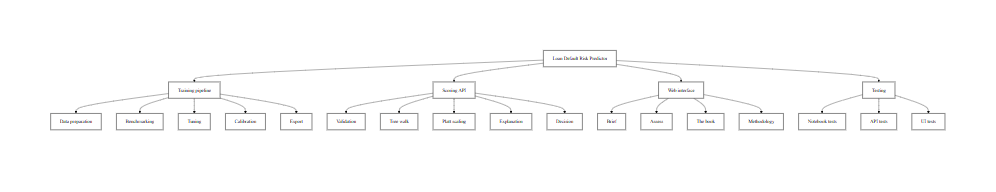
Before: report/assets/figures/fig-3-2-modules.png, a diagram exported from Mermaid (gursimrannkaurr/credoscore). Its source is kept beside it as report/diagrams/fig-3-2-modules.mmd. The source it was exported from:
```mermaid
flowchart TB
    SYS["Loan Default Risk Predictor"]

    SYS --> TRAIN["Training pipeline"]
    TRAIN --> T1["Data preparation"]
    TRAIN --> T2["Benchmarking"]
    TRAIN --> T3["Tuning"]
    TRAIN --> T4["Calibration"]
    TRAIN --> T5["Export"]

    SYS --> API["Scoring API"]
    API --> A1["Validation"]
    API --> A2["Tree walk"]
    API --> A3["Platt scaling"]
    API --> A4["Explanation"]
    API --> A5["Decision"]

    SYS --> WEB["Web interface"]
    WEB --> W1["Brief"]
    WEB --> W2["Assess"]
    WEB --> W3["The book"]
    WEB --> W4["Methodology"]

    SYS --> TEST["Testing"]
    TEST --> X1["Notebook tests"]
    TEST --> X2["API tests"]
    TEST --> X3["UI tests"]
```
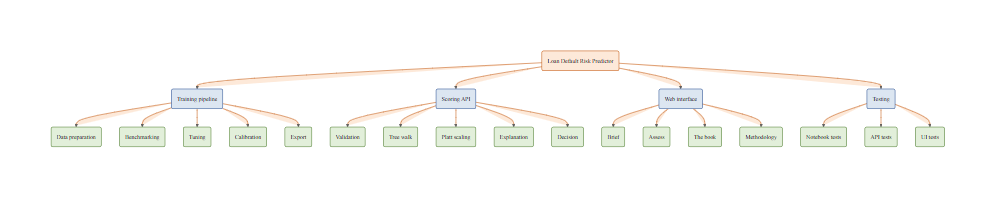
After the commit.

The edit, as a diff of the source:
```diff
@@ -1,27 +1,35 @@
 flowchart TB
-    SYS["Loan Default Risk Predictor"]
+    SYS("Loan Default Risk Predictor")
 
-    SYS --> TRAIN["Training pipeline"]
-    TRAIN --> T1["Data preparation"]
-    TRAIN --> T2["Benchmarking"]
-    TRAIN --> T3["Tuning"]
-    TRAIN --> T4["Calibration"]
-    TRAIN --> T5["Export"]
+    SYS --> TRAIN("Training pipeline")
+    TRAIN --> T1("Data preparation")
+    TRAIN --> T2("Benchmarking")
+    TRAIN --> T3("Tuning")
+    TRAIN --> T4("Calibration")
+    TRAIN --> T5("Export")
 
-    SYS --> API["Scoring API"]
-    API --> A1["Validation"]
-    API --> A2["Tree walk"]
-    API --> A3["Platt scaling"]
-    API --> A4["Explanation"]
-    API --> A5["Decision"]
+    SYS --> API("Scoring API")
+    API --> A1("Validation")
+    API --> A2("Tree walk")
+    API --> A3("Platt scaling")
+    API --> A4("Explanation")
+    API --> A5("Decision")
 
-    SYS --> WEB["Web interface"]
-    WEB --> W1["Brief"]
-    WEB --> W2["Assess"]
-    WEB --> W3["The book"]
-    WEB --> W4["Methodology"]
+    SYS --> WEB("Web interface")
+    WEB --> W1("Brief")
+    WEB --> W2("Assess")
+    WEB --> W3("The book")
+    WEB --> W4("Methodology")
 
-    SYS --> TEST["Testing"]
-    TEST --> X1["Notebook tests"]
-    TEST --> X2["API tests"]
-    TEST --> X3["UI tests"]
+    SYS --> TEST("Testing")
+    TEST --> X1("Notebook tests")
+    TEST --> X2("API tests")
+    TEST --> X3("UI tests")
+
+    classDef root fill:#FDE9D9,stroke:#C55A11,stroke-width:1.5px;
+    classDef mid fill:#DCE6F1,stroke:#2F5597,stroke-width:1.5px;
+    classDef leaf fill:#E2EFDA,stroke:#548235,stroke-width:1.5px;
+
+    class SYS root
+    class TRAIN,API,WEB,TEST mid
+    class T1,T2,T3,T4,T5,A1,A2,A3,A4,A5,W1,W2,W3,W4,X1,X2,X3 leaf
```
